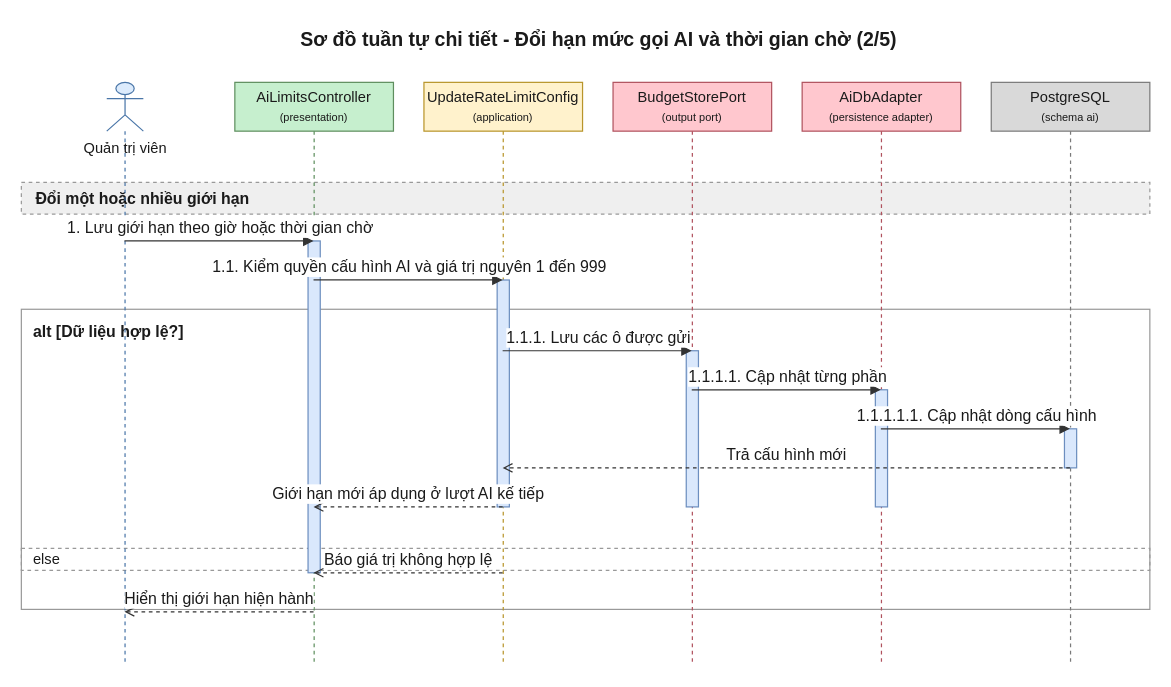
This is 08-diagram/sequence/admin/sequence_admin_dat_han_muc_va_gioi_han_ai_p2.drawio from daiphu1801/PRJ_ALGOPREP, a draw.io file, before an edit. Source tidied: cells renumbered, new cells numbered last; positions are measured from the earlier drawing's top-left corner, leaving out a move shared by most shapes. Both pictures are drawn from the tidied source at 122%, with x=0, y=0 at pixel (21, 21).
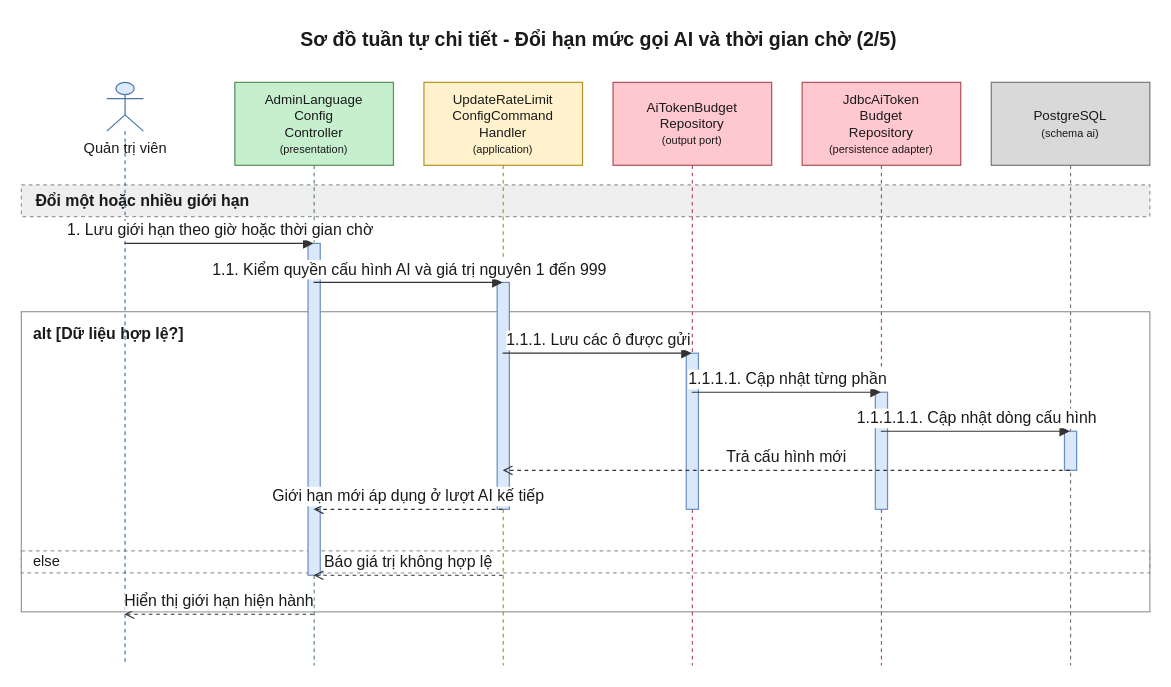
The same page after the edit.

What changed in the source:
```diff
@@
     <mxCell id="3" value="alt [Dữ liệu hợp lệ?]" style="algoprep=alt;rounded=0;whiteSpace=wrap;html=1;fillColor=none;strokeColor=#999999;verticalAlign=top;align=left;spacingLeft=8;spacingTop=4;fontColor=#1A1A1A;fontSize=13;fontStyle=1;dashed=0;" parent="1" vertex="1">
-      <mxGeometry y="236" width="925" height="246" as="geometry" />
+      <mxGeometry y="238" width="925" height="246" as="geometry" />
     </mxCell>
     <mxCell id="4" value="else" style="text;html=1;dashed=1;strokeColor=#999999;fillColor=none;align=left;verticalAlign=middle;spacingLeft=8;fontColor=#1A1A1A;fontSize=12;" parent="1" vertex="1">
-      <mxGeometry y="432" width="925" height="18" as="geometry" />
+      <mxGeometry y="434" width="925" height="18" as="geometry" />
     </mxCell>
     <mxCell id="5" value="Đổi một hoặc nhiều giới hạn" style="algoprep=phase;rounded=0;whiteSpace=wrap;html=1;fillColor=#EFEFEF;strokeColor=#999999;dashed=1;align=left;verticalAlign=middle;spacingLeft=10;fontColor=#1A1A1A;fontSize=13;fontStyle=1;" parent="1" vertex="1">
-      <mxGeometry y="132" width="925" height="26" as="geometry" />
+      <mxGeometry y="134" width="925" height="26" as="geometry" />
     </mxCell>
     <mxCell id="6" value="Quản trị viên" style="shape=umlLifeline;participant=umlActor;perimeter=lifelinePerimeter;html=1;outlineConnect=0;size=40;verticalAlign=top;spacingTop=40;fillColor=#DCEBFC;strokeColor=#4A76A8;fontColor=#1A1A1A;" parent="1" vertex="1">
-      <mxGeometry x="70" y="50" width="30" height="476" as="geometry" />
+      <mxGeometry x="70" y="50" width="30" height="478" as="geometry" />
     </mxCell>
-    <mxCell id="7" value="AiLimitsController&lt;br&gt;&lt;font style=&quot;font-size:9px&quot;&gt;(presentation)&lt;/font&gt;" style="shape=umlLifeline;perimeter=lifelinePerimeter;whiteSpace=wrap;html=1;outlineConnect=0;size=40;fillColor=#C6EFCE;strokeColor=#5E8E5E;fontColor=#1A1A1A;" parent="1" vertex="1">
-      <mxGeometry x="175" y="50" width="130" height="476" as="geometry" />
+    <mxCell id="7" value="AdminLanguage&lt;br&gt;Config&lt;br&gt;Controller&lt;br&gt;&lt;font style=&quot;font-size:9px&quot;&gt;(presentation)&lt;/font&gt;" style="shape=umlLifeline;perimeter=lifelinePerimeter;whiteSpace=wrap;html=1;outlineConnect=0;size=68;fontSize=11;fillColor=#C6EFCE;strokeColor=#5E8E5E;fontColor=#1A1A1A;" parent="1" vertex="1">
+      <mxGeometry x="175" y="50" width="130" height="478" as="geometry" />
     </mxCell>
-    <mxCell id="8" value="UpdateRateLimitConfig&lt;br&gt;&lt;font style=&quot;font-size:9px&quot;&gt;(application)&lt;/font&gt;" style="shape=umlLifeline;perimeter=lifelinePerimeter;whiteSpace=wrap;html=1;outlineConnect=0;size=40;fillColor=#FFF2CC;strokeColor=#B8952A;fontColor=#1A1A1A;" parent="1" vertex="1">
-      <mxGeometry x="330" y="50" width="130" height="476" as="geometry" />
+    <mxCell id="8" value="UpdateRateLimit&lt;br&gt;ConfigCommand&lt;br&gt;Handler&lt;br&gt;&lt;font style=&quot;font-size:9px&quot;&gt;(application)&lt;/font&gt;" style="shape=umlLifeline;perimeter=lifelinePerimeter;whiteSpace=wrap;html=1;outlineConnect=0;size=68;fontSize=11;fillColor=#FFF2CC;strokeColor=#B8952A;fontColor=#1A1A1A;" parent="1" vertex="1">
+      <mxGeometry x="330" y="50" width="130" height="478" as="geometry" />
     </mxCell>
-    <mxCell id="9" value="BudgetStorePort&lt;br&gt;&lt;font style=&quot;font-size:9px&quot;&gt;(output port)&lt;/font&gt;" style="shape=umlLifeline;perimeter=lifelinePerimeter;whiteSpace=wrap;html=1;outlineConnect=0;size=40;fillColor=#FFC7CE;strokeColor=#B0525E;fontColor=#1A1A1A;" parent="1" vertex="1">
-      <mxGeometry x="485" y="50" width="130" height="476" as="geometry" />
+    <mxCell id="9" value="AiTokenBudget&lt;br&gt;Repository&lt;br&gt;&lt;font style=&quot;font-size:9px&quot;&gt;(output port)&lt;/font&gt;" style="shape=umlLifeline;perimeter=lifelinePerimeter;whiteSpace=wrap;html=1;outlineConnect=0;size=68;fontSize=11;fillColor=#FFC7CE;strokeColor=#B0525E;fontColor=#1A1A1A;" parent="1" vertex="1">
+      <mxGeometry x="485" y="50" width="130" height="478" as="geometry" />
     </mxCell>
-    <mxCell id="10" value="AiDbAdapter&lt;br&gt;&lt;font style=&quot;font-size:9px&quot;&gt;(persistence adapter)&lt;/font&gt;" style="shape=umlLifeline;perimeter=lifelinePerimeter;whiteSpace=wrap;html=1;outlineConnect=0;size=40;fillColor=#FFC7CE;strokeColor=#B0525E;fontColor=#1A1A1A;" parent="1" vertex="1">
-      <mxGeometry x="640" y="50" width="130" height="476" as="geometry" />
+    <mxCell id="10" value="JdbcAiToken&lt;br&gt;Budget&lt;br&gt;Repository&lt;br&gt;&lt;font style=&quot;font-size:9px&quot;&gt;(persistence adapter)&lt;/font&gt;" style="shape=umlLifeline;perimeter=lifelinePerimeter;whiteSpace=wrap;html=1;outlineConnect=0;size=68;fontSize=11;fillColor=#FFC7CE;strokeColor=#B0525E;fontColor=#1A1A1A;" parent="1" vertex="1">
+      <mxGeometry x="640" y="50" width="130" height="478" as="geometry" />
     </mxCell>
-    <mxCell id="11" value="PostgreSQL&lt;br&gt;&lt;font style=&quot;font-size:9px&quot;&gt;(schema ai)&lt;/font&gt;" style="shape=umlLifeline;perimeter=lifelinePerimeter;whiteSpace=wrap;html=1;outlineConnect=0;size=40;fillColor=#D9D9D9;strokeColor=#7A7A7A;fontColor=#1A1A1A;" parent="1" vertex="1">
-      <mxGeometry x="795" y="50" width="130" height="476" as="geometry" />
+    <mxCell id="11" value="PostgreSQL&lt;br&gt;&lt;font style=&quot;font-size:9px&quot;&gt;(schema ai)&lt;/font&gt;" style="shape=umlLifeline;perimeter=lifelinePerimeter;whiteSpace=wrap;html=1;outlineConnect=0;size=68;fontSize=11;fillColor=#D9D9D9;strokeColor=#7A7A7A;fontColor=#1A1A1A;" parent="1" vertex="1">
+      <mxGeometry x="795" y="50" width="130" height="478" as="geometry" />
     </mxCell>
     <mxCell id="12" style="html=1;perimeter=orthogonalPerimeter;targetShapes=umlLifeline;fillColor=#DAE8FC;strokeColor=#6C8EBF;" parent="11" vertex="1">
-      <mxGeometry x="60" y="284" width="10" height="32" as="geometry" />
+      <mxGeometry x="60" y="286" width="10" height="32" as="geometry" />
     </mxCell>
     <mxCell id="13" style="html=1;perimeter=orthogonalPerimeter;targetShapes=umlLifeline;fillColor=#DAE8FC;strokeColor=#6C8EBF;" parent="10" vertex="1">
-      <mxGeometry x="60" y="252" width="10" height="96" as="geometry" />
+      <mxGeometry x="60" y="254" width="10" height="96" as="geometry" />
     </mxCell>
     <mxCell id="14" style="html=1;perimeter=orthogonalPerimeter;targetShapes=umlLifeline;fillColor=#DAE8FC;strokeColor=#6C8EBF;" parent="9" vertex="1">
-      <mxGeometry x="60" y="220" width="10" height="128" as="geometry" />
+      <mxGeometry x="60" y="222" width="10" height="128" as="geometry" />
     </mxCell>
     <mxCell id="15" style="html=1;perimeter=orthogonalPerimeter;targetShapes=umlLifeline;fillColor=#DAE8FC;strokeColor=#6C8EBF;" parent="8" vertex="1">
-      <mxGeometry x="60" y="162" width="10" height="186" as="geometry" />
+      <mxGeometry x="60" y="164" width="10" height="186" as="geometry" />
     </mxCell>
     <mxCell id="16" style="html=1;perimeter=orthogonalPerimeter;targetShapes=umlLifeline;fillColor=#DAE8FC;strokeColor=#6C8EBF;" parent="7" vertex="1">
-      <mxGeometry x="60" y="130" width="10" height="272" as="geometry" />
+      <mxGeometry x="60" y="132" width="10" height="272" as="geometry" />
     </mxCell>
-    <mxCell id="17" value="1. Lưu giới hạn theo giờ hoặc thời gian chờ" style="edgeStyle=none;html=1;endArrow=block;endFill=1;strokeColor=#333333;fontColor=#1A1A1A;fontSize=13;verticalAlign=bottom;exitX=0.5;exitY=0.2731;exitDx=0;exitDy=0;entryX=0.5;entryY=0.2731;entryDx=0;entryDy=0;" parent="1" edge="1" source="6" target="7">
+    <mxCell id="17" value="1. Lưu giới hạn theo giờ hoặc thời gian chờ" style="edgeStyle=none;html=1;endArrow=block;endFill=1;strokeColor=#333333;fontColor=#1A1A1A;fontSize=13;verticalAlign=bottom;exitX=0.5;exitY=0.2762;exitDx=0;exitDy=0;entryX=0.5;entryY=0.2762;entryDx=0;entryDy=0;" parent="1" edge="1" source="6" target="7">
       <mxGeometry relative="1" as="geometry" />
     </mxCell>
-    <mxCell id="18" value="1.1. Kiểm quyền cấu hình AI và giá trị nguyên 1 đến 999" style="edgeStyle=none;html=1;endArrow=block;endFill=1;strokeColor=#333333;fontColor=#1A1A1A;fontSize=13;verticalAlign=bottom;exitX=0.5;exitY=0.3403;exitDx=0;exitDy=0;entryX=0.5;entryY=0.3403;entryDx=0;entryDy=0;" parent="1" edge="1" source="7" target="8">
+    <mxCell id="18" value="1.1. Kiểm quyền cấu hình AI và giá trị nguyên 1 đến 999" style="edgeStyle=none;html=1;endArrow=block;endFill=1;strokeColor=#333333;fontColor=#1A1A1A;fontSize=13;verticalAlign=bottom;exitX=0.5;exitY=0.3431;exitDx=0;exitDy=0;entryX=0.5;entryY=0.3431;entryDx=0;entryDy=0;" parent="1" edge="1" source="7" target="8">
       <mxGeometry relative="1" as="geometry" />
     </mxCell>
-    <mxCell id="19" value="1.1.1. Lưu các ô được gửi" style="edgeStyle=none;html=1;endArrow=block;endFill=1;strokeColor=#333333;fontColor=#1A1A1A;fontSize=13;verticalAlign=bottom;exitX=0.5;exitY=0.4622;exitDx=0;exitDy=0;entryX=0.5;entryY=0.4622;entryDx=0;entryDy=0;" parent="1" edge="1" source="8" target="9">
+    <mxCell id="19" value="1.1.1. Lưu các ô được gửi" style="edgeStyle=none;html=1;endArrow=block;endFill=1;strokeColor=#333333;fontColor=#1A1A1A;fontSize=13;verticalAlign=bottom;exitX=0.5;exitY=0.4644;exitDx=0;exitDy=0;entryX=0.5;entryY=0.4644;entryDx=0;entryDy=0;" parent="1" edge="1" source="8" target="9">
       <mxGeometry relative="1" as="geometry" />
     </mxCell>
-    <mxCell id="20" value="1.1.1.1. Cập nhật từng phần" style="edgeStyle=none;html=1;endArrow=block;endFill=1;strokeColor=#333333;fontColor=#1A1A1A;fontSize=13;verticalAlign=bottom;exitX=0.5;exitY=0.5294;exitDx=0;exitDy=0;entryX=0.5;entryY=0.5294;entryDx=0;entryDy=0;" parent="1" edge="1" source="9" target="10">
+    <mxCell id="20" value="1.1.1.1. Cập nhật từng phần" style="edgeStyle=none;html=1;endArrow=block;endFill=1;strokeColor=#333333;fontColor=#1A1A1A;fontSize=13;verticalAlign=bottom;exitX=0.5;exitY=0.5314;exitDx=0;exitDy=0;entryX=0.5;entryY=0.5314;entryDx=0;entryDy=0;" parent="1" edge="1" source="9" target="10">
       <mxGeometry relative="1" as="geometry" />
     </mxCell>
-    <mxCell id="21" value="1.1.1.1.1. Cập nhật dòng cấu hình" style="edgeStyle=none;html=1;endArrow=block;endFill=1;strokeColor=#333333;fontColor=#1A1A1A;fontSize=13;verticalAlign=bottom;exitX=0.5;exitY=0.5966;exitDx=0;exitDy=0;entryX=0.5;entryY=0.5966;entryDx=0;entryDy=0;" parent="1" edge="1" source="10" target="11">
+    <mxCell id="21" value="1.1.1.1.1. Cập nhật dòng cấu hình" style="edgeStyle=none;html=1;endArrow=block;endFill=1;strokeColor=#333333;fontColor=#1A1A1A;fontSize=13;verticalAlign=bottom;exitX=0.5;exitY=0.5983;exitDx=0;exitDy=0;entryX=0.5;entryY=0.5983;entryDx=0;entryDy=0;" parent="1" edge="1" source="10" target="11">
       <mxGeometry relative="1" as="geometry" />
     </mxCell>
-    <mxCell id="22" value="Trả cấu hình mới" style="edgeStyle=none;html=1;endArrow=open;endFill=0;dashed=1;strokeColor=#333333;fontColor=#1A1A1A;fontSize=13;verticalAlign=bottom;exitX=0.5;exitY=0.6639;exitDx=0;exitDy=0;entryX=0.5;entryY=0.6639;entryDx=0;entryDy=0;" parent="1" edge="1" source="11" target="8">
+    <mxCell id="22" value="Trả cấu hình mới" style="edgeStyle=none;html=1;endArrow=open;endFill=0;dashed=1;strokeColor=#333333;fontColor=#1A1A1A;fontSize=13;verticalAlign=bottom;exitX=0.5;exitY=0.6653;exitDx=0;exitDy=0;entryX=0.5;entryY=0.6653;entryDx=0;entryDy=0;" parent="1" edge="1" source="11" target="8">
       <mxGeometry relative="1" as="geometry" />
     </mxCell>
-    <mxCell id="23" value="Giới hạn mới áp dụng ở lượt AI kế tiếp" style="edgeStyle=none;html=1;endArrow=open;endFill=0;dashed=1;strokeColor=#333333;fontColor=#1A1A1A;fontSize=13;verticalAlign=bottom;exitX=0.5;exitY=0.7311;exitDx=0;exitDy=0;entryX=0.5;entryY=0.7311;entryDx=0;entryDy=0;" parent="1" edge="1" source="8" target="7">
+    <mxCell id="23" value="Giới hạn mới áp dụng ở lượt AI kế tiếp" style="edgeStyle=none;html=1;endArrow=open;endFill=0;dashed=1;strokeColor=#333333;fontColor=#1A1A1A;fontSize=13;verticalAlign=bottom;exitX=0.5;exitY=0.7322;exitDx=0;exitDy=0;entryX=0.5;entryY=0.7322;entryDx=0;entryDy=0;" parent="1" edge="1" source="8" target="7">
       <mxGeometry relative="1" as="geometry" />
     </mxCell>
-    <mxCell id="24" value="Báo giá trị không hợp lệ" style="edgeStyle=none;html=1;endArrow=open;endFill=0;dashed=1;strokeColor=#333333;fontColor=#1A1A1A;fontSize=13;verticalAlign=bottom;exitX=0.5;exitY=0.8445;exitDx=0;exitDy=0;entryX=0.5;entryY=0.8445;entryDx=0;entryDy=0;" parent="1" edge="1" source="8" target="7">
+    <mxCell id="24" value="Báo giá trị không hợp lệ" style="edgeStyle=none;html=1;endArrow=open;endFill=0;dashed=1;strokeColor=#333333;fontColor=#1A1A1A;fontSize=13;verticalAlign=bottom;exitX=0.5;exitY=0.8452;exitDx=0;exitDy=0;entryX=0.5;entryY=0.8452;entryDx=0;entryDy=0;" parent="1" edge="1" source="8" target="7">
       <mxGeometry relative="1" as="geometry" />
     </mxCell>
-    <mxCell id="25" value="Hiển thị giới hạn hiện hành" style="edgeStyle=none;html=1;endArrow=open;endFill=0;dashed=1;strokeColor=#333333;fontColor=#1A1A1A;fontSize=13;verticalAlign=bottom;exitX=0.5;exitY=0.9118;exitDx=0;exitDy=0;entryX=0.5;entryY=0.9118;entryDx=0;entryDy=0;" parent="1" edge="1" source="7" target="6">
+    <mxCell id="25" value="Hiển thị giới hạn hiện hành" style="edgeStyle=none;html=1;endArrow=open;endFill=0;dashed=1;strokeColor=#333333;fontColor=#1A1A1A;fontSize=13;verticalAlign=bottom;exitX=0.5;exitY=0.9121;exitDx=0;exitDy=0;entryX=0.5;entryY=0.9121;entryDx=0;entryDy=0;" parent="1" edge="1" source="7" target="6">
       <mxGeometry relative="1" as="geometry" />
     </mxCell>
```
